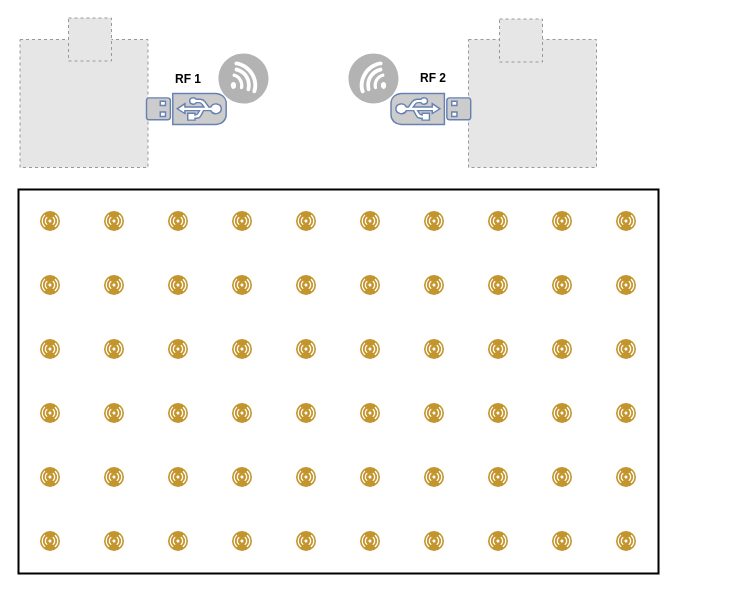
This is iot/iot-architecture.drawio from CPELyon/4irc-19-20-proj-transversal, a draw.io file, before an edit. Source tidied: cells renumbered, new cells numbered last; positions are measured from the earlier drawing's top-left corner, leaving out a move shared by most shapes. Both pictures are drawn from the tidied source at 100%, with x=0, y=0 at pixel (18, 17). Pictures stored in the file or linked from it are replaced by grey dashed boxes.
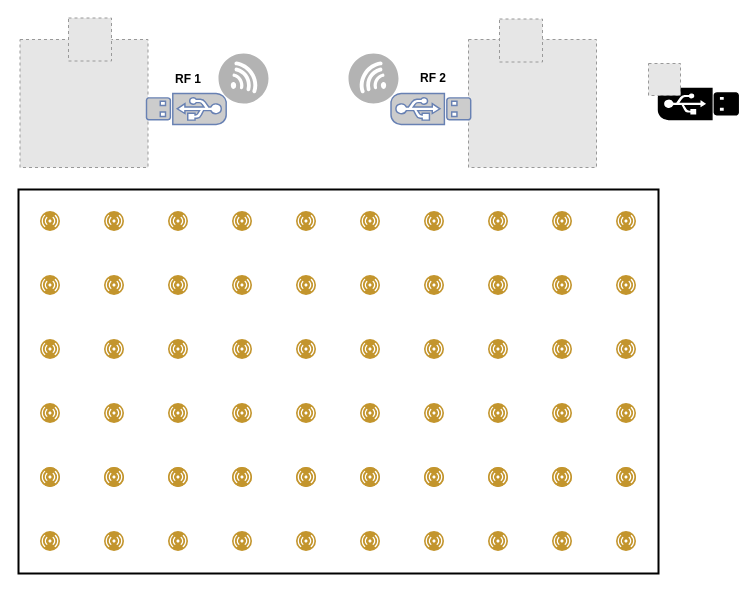
Above is the later version.

Diff of the diagram source:
```diff
@@
+    <mxCell id="79" style="group;" parent="1" vertex="1">
+      <mxGeometry x="22" y="450" width="596" height="20" as="geometry" />
+    </mxCell>
+    <mxCell id="80" style="perimeter=ellipsePerimeter;html=1;align=center;shadow=0;dashed=0;fontColor=#4277BB;labelBackgroundColor=#ffffff;fontSize=12;spacingTop=3;image;image=img/lib/ibm/users/sensor.svg;strokeWidth=2;" parent="79" vertex="1">
+      <mxGeometry x="256" width="20" height="20" as="geometry" />
+    </mxCell>
+    <mxCell id="81" style="perimeter=ellipsePerimeter;html=1;align=center;shadow=0;dashed=0;fontColor=#4277BB;labelBackgroundColor=#ffffff;fontSize=12;spacingTop=3;image;image=img/lib/ibm/users/sensor.svg;strokeWidth=2;" parent="79" vertex="1">
+      <mxGeometry width="20" height="20" as="geometry" />
+    </mxCell>
+    <mxCell id="82" style="perimeter=ellipsePerimeter;html=1;align=center;shadow=0;dashed=0;fontColor=#4277BB;labelBackgroundColor=#ffffff;fontSize=12;spacingTop=3;image;image=img/lib/ibm/users/sensor.svg;strokeWidth=2;" parent="79" vertex="1">
+      <mxGeometry x="64" width="20" height="20" as="geometry" />
+    </mxCell>
+    <mxCell id="83" style="perimeter=ellipsePerimeter;html=1;align=center;shadow=0;dashed=0;fontColor=#4277BB;labelBackgroundColor=#ffffff;fontSize=12;spacingTop=3;image;image=img/lib/ibm/users/sensor.svg;strokeWidth=2;" parent="79" vertex="1">
+      <mxGeometry x="128" width="20" height="20" as="geometry" />
+    </mxCell>
+    <mxCell id="84" style="perimeter=ellipsePerimeter;html=1;align=center;shadow=0;dashed=0;fontColor=#4277BB;labelBackgroundColor=#ffffff;fontSize=12;spacingTop=3;image;image=img/lib/ibm/users/sensor.svg;strokeWidth=2;" parent="79" vertex="1">
+      <mxGeometry x="192" width="20" height="20" as="geometry" />
+    </mxCell>
+    <mxCell id="85" style="perimeter=ellipsePerimeter;html=1;align=center;shadow=0;dashed=0;fontColor=#4277BB;labelBackgroundColor=#ffffff;fontSize=12;spacingTop=3;image;image=img/lib/ibm/users/sensor.svg;strokeWidth=2;" parent="79" vertex="1">
+      <mxGeometry x="576" width="20" height="20" as="geometry" />
+    </mxCell>
+    <mxCell id="86" style="perimeter=ellipsePerimeter;html=1;align=center;shadow=0;dashed=0;fontColor=#4277BB;labelBackgroundColor=#ffffff;fontSize=12;spacingTop=3;image;image=img/lib/ibm/users/sensor.svg;strokeWidth=2;" parent="79" vertex="1">
+      <mxGeometry x="320" width="20" height="20" as="geometry" />
+    </mxCell>
+    <mxCell id="87" style="perimeter=ellipsePerimeter;html=1;align=center;shadow=0;dashed=0;fontColor=#4277BB;labelBackgroundColor=#ffffff;fontSize=12;spacingTop=3;image;image=img/lib/ibm/users/sensor.svg;strokeWidth=2;" parent="79" vertex="1">
+      <mxGeometry x="384" width="20" height="20" as="geometry" />
+    </mxCell>
+    <mxCell id="88" style="perimeter=ellipsePerimeter;html=1;align=center;shadow=0;dashed=0;fontColor=#4277BB;labelBackgroundColor=#ffffff;fontSize=12;spacingTop=3;image;image=img/lib/ibm/users/sensor.svg;strokeWidth=2;" parent="79" vertex="1">
+      <mxGeometry x="448" width="20" height="20" as="geometry" />
+    </mxCell>
+    <mxCell id="89" style="perimeter=ellipsePerimeter;html=1;align=center;shadow=0;dashed=0;fontColor=#4277BB;labelBackgroundColor=#ffffff;fontSize=12;spacingTop=3;image;image=img/lib/ibm/users/sensor.svg;strokeWidth=2;" parent="79" vertex="1">
+      <mxGeometry x="512" width="20" height="20" as="geometry" />
+    </mxCell>
+    <mxCell id="90" style="fontColor=#0066CC;verticalAlign=top;verticalLabelPosition=bottom;labelPosition=center;align=center;html=1;fillColor=#000000;strokeColor=#000000;gradientColor=none;gradientDirection=north;strokeWidth=2;shape=mxgraph.networks.usb_stick;direction=south;flipH=0;" parent="1" vertex="1">
+      <mxGeometry x="640" y="71" width="79.7" height="31" as="geometry" />
+    </mxCell>
+    <mxCell id="91" style="fillColor=#E6E6E6;strokeColor=#999999;dashed=1;html=1;verticalAlign=top;verticalLabelPosition=bottom;labelBackgroundColor=#ffffff;" parent="1" vertex="1">
+      <mxGeometry x="630" y="46" width="32" height="32" as="geometry" />
+    </mxCell>
```
